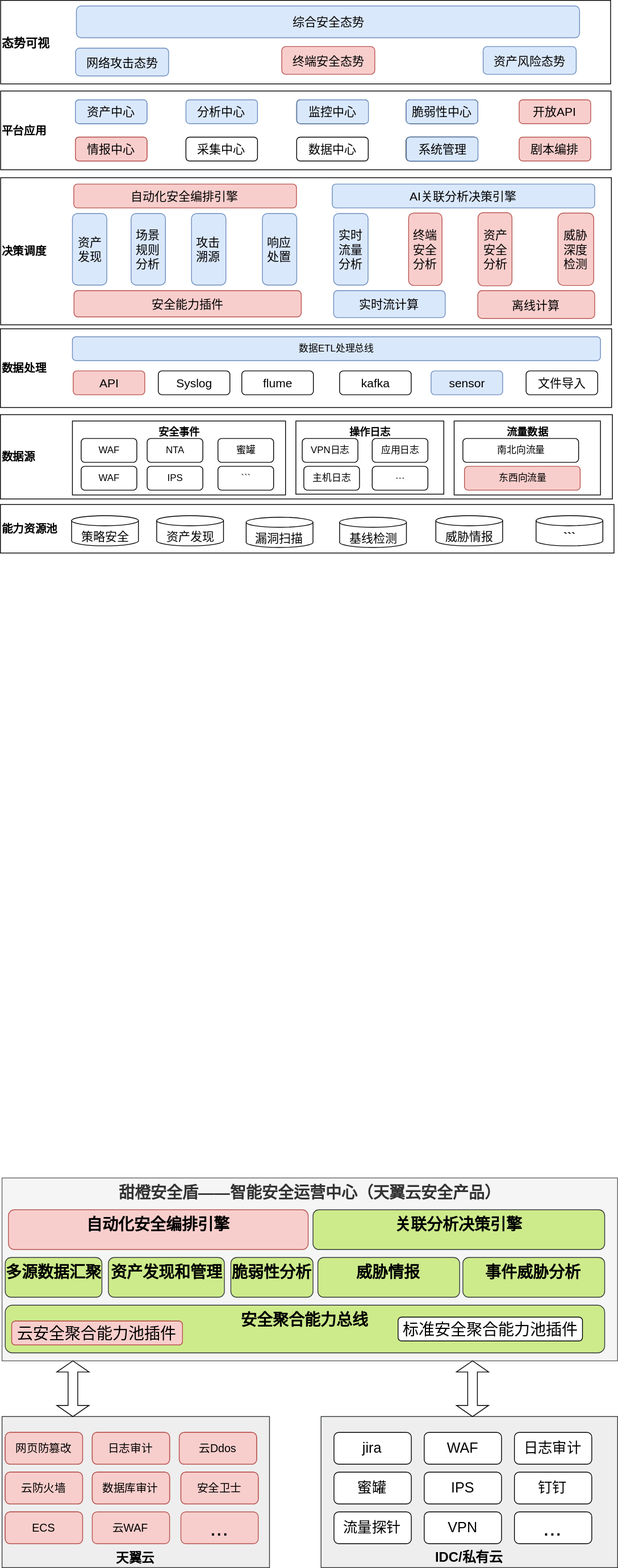
Before: 安全大脑二期模块图.svg, a diagram exported from draw.io (liujianqun/draw). Source tidied: cells renumbered, new cells last; positions are measured from the earlier drawing's top-left corner, leaving out a move shared by most shapes.
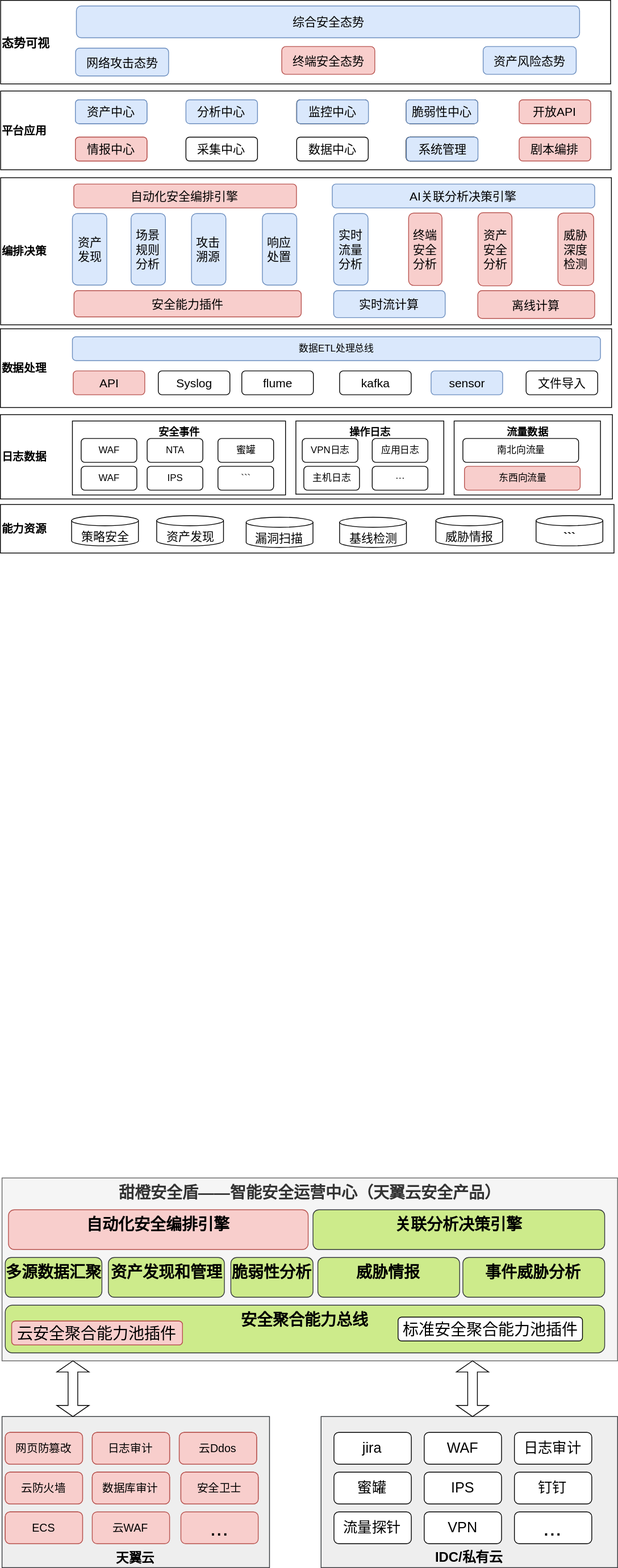
The same file after the commit.

Commit message:
Update 安全大脑二期模块图.svg

What changed in the source:
```diff
@@ -2,13 +2,13 @@
   <root>
     <mxCell id="0" />
     <mxCell id="1" parent="0" />
-    <mxCell id="2" value="数据源" style="rounded=0;whiteSpace=wrap;html=1;align=left;fontStyle=1;fontSize=14;" parent="1" vertex="1">
+    <mxCell id="2" value="日志数据" style="rounded=0;whiteSpace=wrap;html=1;align=left;fontStyle=1;fontSize=14;" parent="1" vertex="1">
       <mxGeometry y="521" width="769.5" height="106" as="geometry" />
     </mxCell>
     <mxCell id="3" value="数据处理" style="rounded=0;whiteSpace=wrap;html=1;align=left;fontStyle=1;fontSize=14;" parent="1" vertex="1">
       <mxGeometry y="413" width="768.5" height="99" as="geometry" />
     </mxCell>
-    <mxCell id="4" value="决策调度" style="rounded=0;whiteSpace=wrap;html=1;align=left;fontStyle=1;fontSize=14;" parent="1" vertex="1">
+    <mxCell id="4" value="编排决策" style="rounded=0;whiteSpace=wrap;html=1;align=left;fontStyle=1;fontSize=14;" parent="1" vertex="1">
       <mxGeometry x="0.2" y="223" width="768" height="185" as="geometry" />
     </mxCell>
     <mxCell id="5" value="平台应用" style="rounded=0;whiteSpace=wrap;html=1;align=left;fontStyle=1;fontSize=14;" parent="1" vertex="1">
@@ -38,7 +38,7 @@
     <mxCell id="13" value="文件导入" style="rounded=1;whiteSpace=wrap;html=1;align=center;fontSize=15;" parent="1" vertex="1">
       <mxGeometry x="661" y="466" width="90" height="30" as="geometry" />
     </mxCell>
-    <mxCell id="14" value="能力资源池" style="rounded=0;whiteSpace=wrap;html=1;align=left;fontStyle=1;fontSize=14;strokeWidth=1;" parent="1" vertex="1">
+    <mxCell id="14" value="能力资源" style="rounded=0;whiteSpace=wrap;html=1;align=left;fontStyle=1;fontSize=14;strokeWidth=1;" parent="1" vertex="1">
       <mxGeometry y="634" width="771.5" height="61" as="geometry" />
     </mxCell>
     <mxCell id="15" style="group;" parent="1" vertex="1">
```
